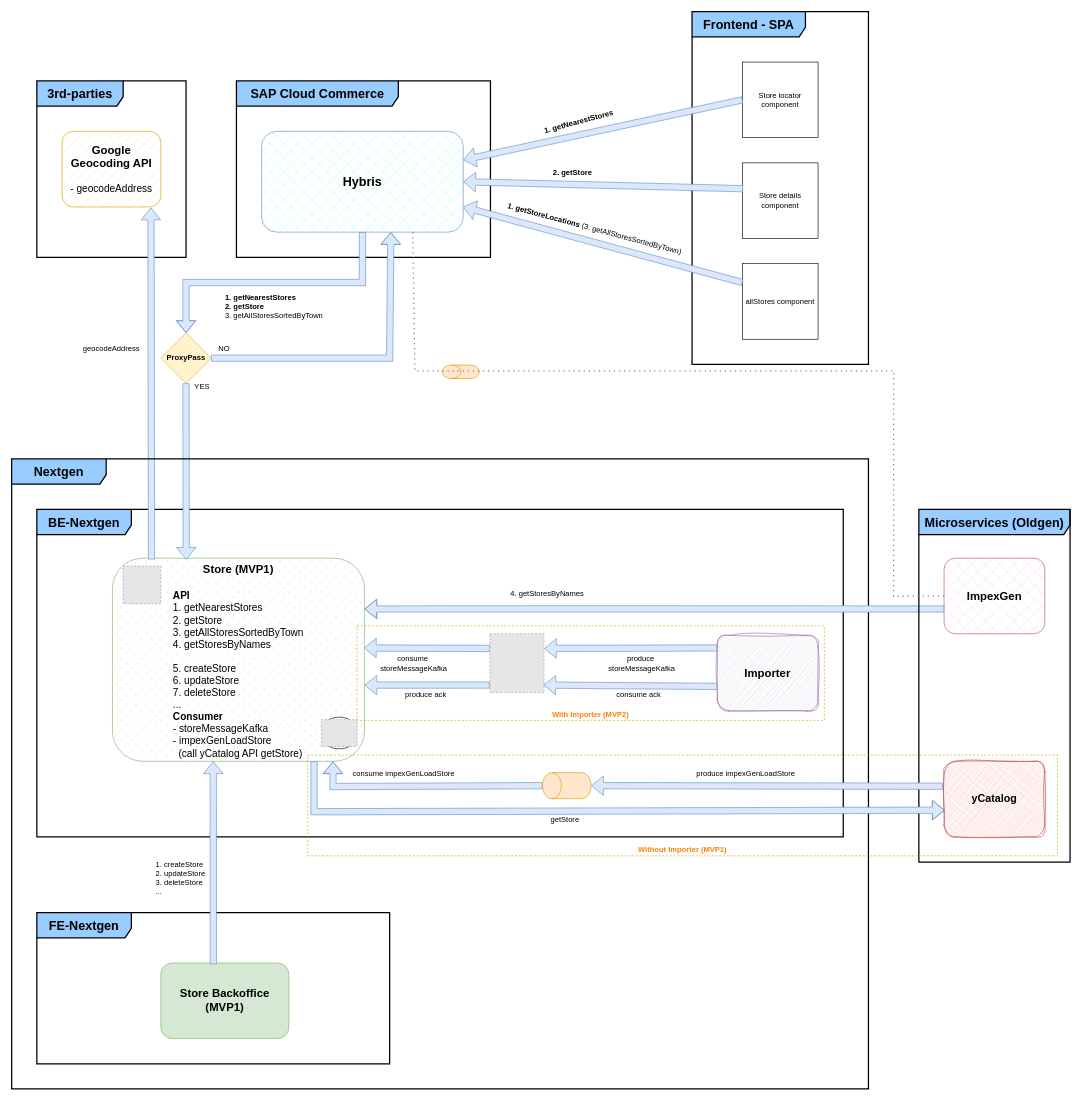
Earlier version of the draw.io diagram graphs/store-macroservice.drawio (d-figuccia/draw-io). Source tidied: cells renumbered, new cells numbered last; positions are measured from the earlier drawing's top-left corner, leaving out a move shared by most shapes. Both pictures are drawn from the tidied source at 63%, with x=0, y=0 at pixel (11, 11). Pictures stored in the file or linked from it are replaced by grey dashed boxes.
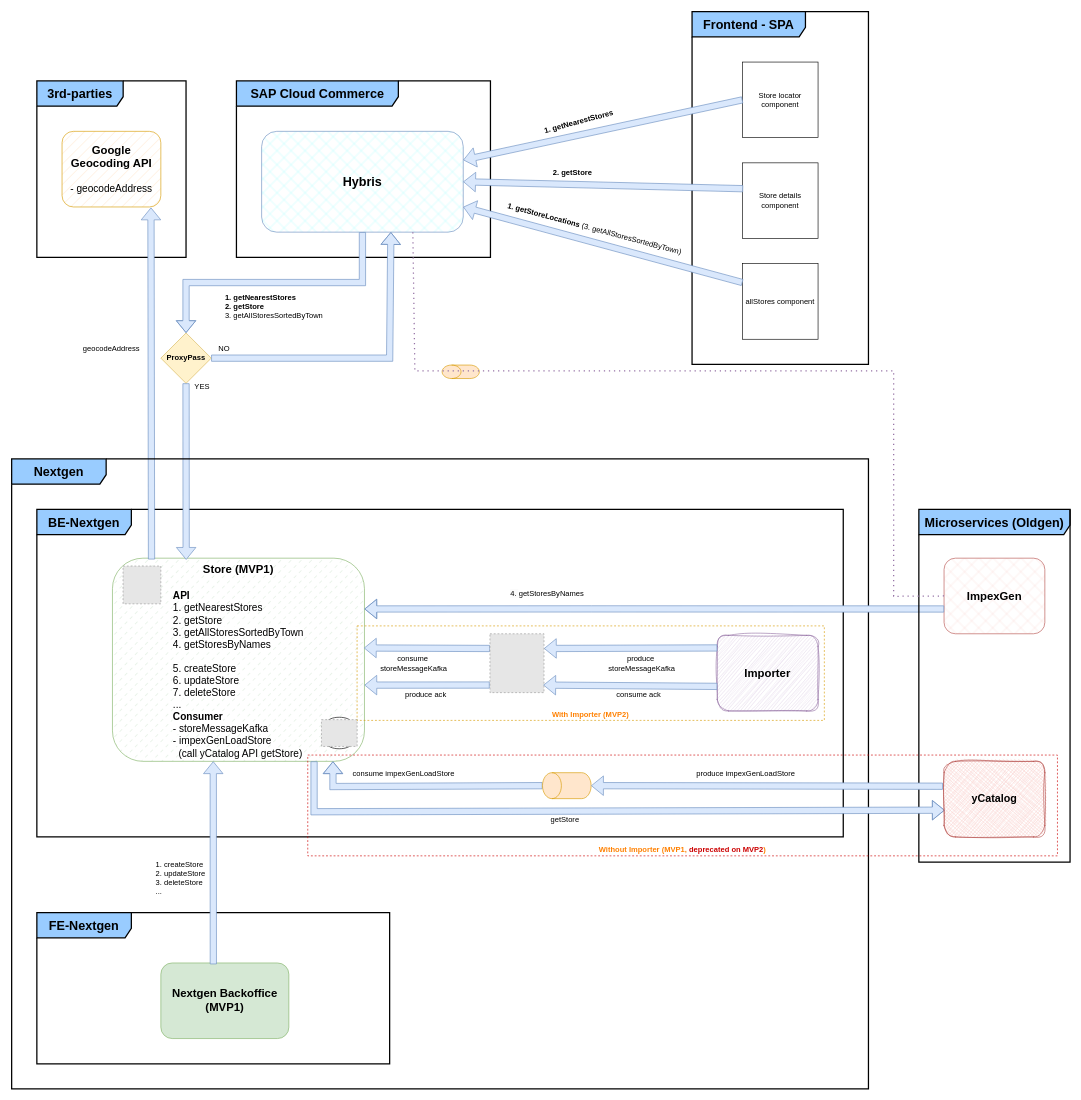
After the change.

What changed in the source:
```diff
@@
-    <mxCell id="34" value="&lt;span style=&quot;font-size: 18px; font-weight: 700; text-align: left;&quot;&gt;Store Backoffice (MVP1)&lt;/span&gt;" style="rounded=1;whiteSpace=wrap;html=1;fillColor=#d5e8d4;strokeColor=#82b366;" parent="1" vertex="1">
+    <mxCell id="34" value="&lt;span style=&quot;font-size: 18px; font-weight: 700; text-align: left;&quot;&gt;Nextgen Backoffice (MVP1)&lt;/span&gt;" style="rounded=1;whiteSpace=wrap;html=1;fillColor=#d5e8d4;strokeColor=#82b366;" parent="1" vertex="1">
       <mxGeometry x="236.8" y="1510" width="203.2" height="120" as="geometry" />
     </mxCell>
@@
-    <mxCell id="54" value="&lt;font color=&quot;#ff8000&quot;&gt;&lt;b&gt;Without Importer (MVP1)&lt;/b&gt;&lt;/font&gt;" style="rounded=0;whiteSpace=wrap;html=1;fillColor=none;strokeColor=#d79b00;dashed=1;verticalAlign=bottom;" parent="1" vertex="1">
+    <mxCell id="54" value="&lt;b style=&quot;&quot;&gt;&lt;font color=&quot;#ff8000&quot;&gt;Without Importer (MVP1, &lt;/font&gt;&lt;font color=&quot;#cc0000&quot;&gt;deprecated on MVP2&lt;/font&gt;&lt;font color=&quot;#ff8000&quot;&gt;)&lt;/font&gt;&lt;/b&gt;" style="rounded=0;whiteSpace=wrap;html=1;fillColor=none;strokeColor=#CC0000;dashed=1;verticalAlign=bottom;" parent="1" vertex="1">
       <mxGeometry x="470" y="1180" width="1190" height="160" as="geometry" />
     </mxCell>
```
